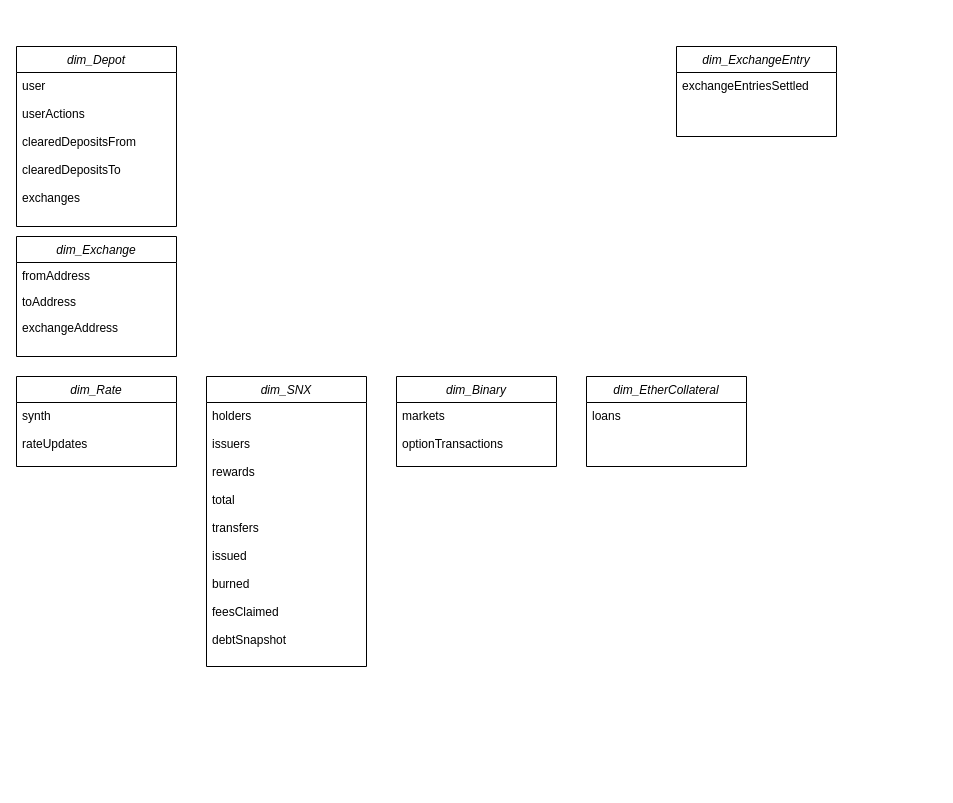
Adam-Nguyen2002/_SNX_ keeps this draw.io diagram as Untitled Diagram.drawio. Above is the earlier version. Source tidied: cells renumbered, new cells numbered last; positions are measured from the earlier drawing's top-left corner, leaving out a move shared by most shapes. Both pictures are drawn from the tidied source at 100%, with x=0, y=0 at pixel (16, 46).
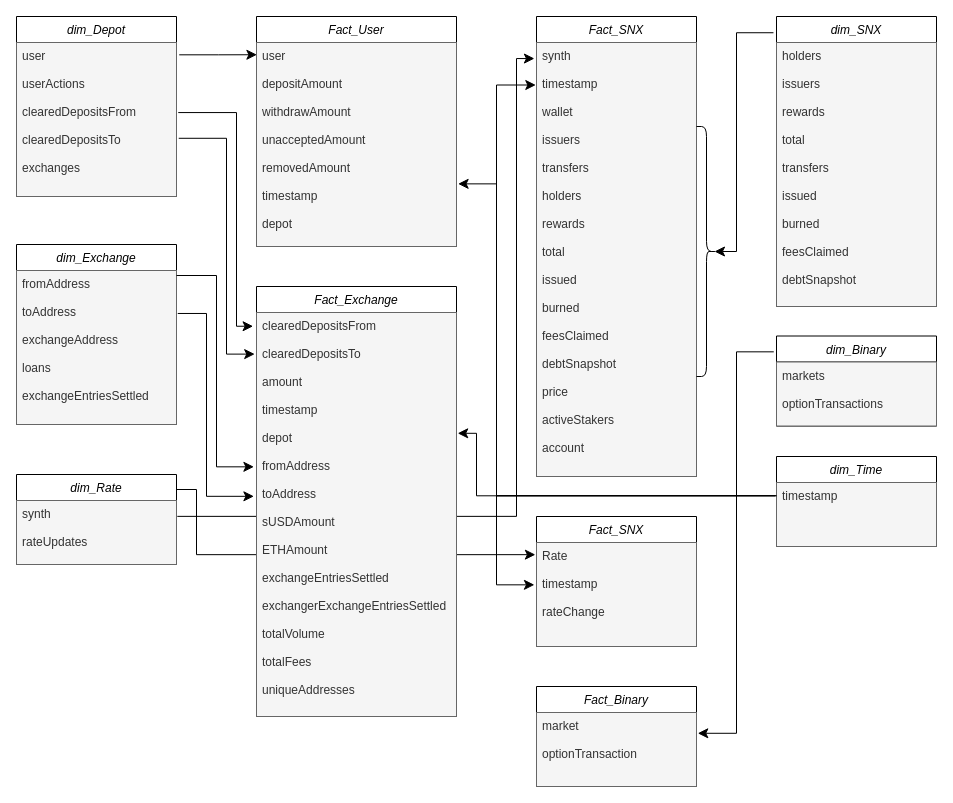
The same diagram, later.

Commit message:
SNX data warehouse

Change to the diagram source:
```diff
@@
+    <mxCell id="18" style="edgeStyle=elbowEdgeStyle;elbow=horizontal;endArrow=classic;html=1;curved=0;rounded=0;endSize=8;startSize=8;entryX=-0.007;entryY=0.117;entryDx=0;entryDy=0;entryPerimeter=0;" parent="1" edge="1" target="36">
+      <mxGeometry relative="1" as="geometry">
+        <mxPoint x="160" y="443" as="sourcePoint" />
+        <Array as="points">
+          <mxPoint x="180" y="480" />
+        </Array>
+      </mxGeometry>
+    </mxCell>
+    <mxCell id="19" style="edgeStyle=elbowEdgeStyle;elbow=horizontal;endArrow=classic;html=1;curved=0;rounded=0;endSize=8;startSize=8;exitX=1.005;exitY=0.248;exitDx=0;exitDy=0;exitPerimeter=0;entryX=-0.013;entryY=0.037;entryDx=0;entryDy=0;entryPerimeter=0;" parent="1" edge="1" source="9" target="32">
+      <mxGeometry relative="1" as="geometry">
+        <Array as="points">
+          <mxPoint x="500" y="240" />
+        </Array>
+      </mxGeometry>
+    </mxCell>
     <mxCell id="2" value="dim_Exchange" style="swimlane;fontStyle=2;align=center;verticalAlign=top;horizontal=1;startSize=26;rounded=0;shadow=0;strokeWidth=1;" parent="1" vertex="1">
-      <mxGeometry y="190" width="160" height="120" as="geometry" />
+      <mxGeometry y="198" width="160" height="180" as="geometry" />
     </mxCell>
-    <mxCell id="3" value="fromAddress" style="text;align=left;verticalAlign=top;spacingLeft=4;spacingRight=4;overflow=hidden;" parent="2" vertex="1">
-      <mxGeometry y="26" width="160" height="26" as="geometry" />
-    </mxCell>
-    <mxCell id="4" value="toAddress" style="text;align=left;verticalAlign=top;spacingLeft=4;spacingRight=4;overflow=hidden;rounded=0;shadow=0;html=0;" parent="2" vertex="1">
-      <mxGeometry y="52" width="160" height="26" as="geometry" />
-    </mxCell>
-    <mxCell id="5" value="exchangeAddress" style="text;align=left;verticalAlign=top;spacingLeft=4;spacingRight=4;overflow=hidden;points=[[0,0.5],[1,0.5]];portConstraint=eastwest;rounded=0;shadow=0;html=0;" parent="2" vertex="1">
-      <mxGeometry y="78" width="160" height="26" as="geometry" />
+    <mxCell id="5" value="fromAddress&#10;&#10;toAddress&#10;&#10;exchangeAddress&#10;&#10;loans&#10;&#10;exchangeEntriesSettled" style="text;align=left;verticalAlign=top;spacingLeft=4;spacingRight=4;overflow=hidden;points=[[0,0.5],[1,0.5]];portConstraint=eastwest;rounded=0;shadow=0;html=0;fillColor=#f5f5f5;fontColor=#333333;strokeColor=#666666;" parent="2" vertex="1">
+      <mxGeometry y="26" width="160" height="154" as="geometry" />
     </mxCell>
     <mxCell id="6" value="dim_Depot" style="swimlane;fontStyle=2;align=center;verticalAlign=top;horizontal=1;startSize=26;rounded=0;shadow=0;strokeWidth=1;" parent="1" vertex="1">
-      <mxGeometry width="160" height="180" as="geometry" />
+      <mxGeometry y="-30" width="160" height="180" as="geometry" />
     </mxCell>
-    <mxCell id="7" value="user&#10;&#10;userActions&#10;&#10;clearedDepositsFrom&#10;&#10;clearedDepositsTo&#10;&#10;exchanges" style="text;align=left;verticalAlign=top;spacingLeft=4;spacingRight=4;overflow=hidden;points=[[0,0.5],[1,0.5]];portConstraint=eastwest;" parent="6" vertex="1">
+    <mxCell id="7" value="user&#10;&#10;userActions&#10;&#10;clearedDepositsFrom&#10;&#10;clearedDepositsTo&#10;&#10;exchanges" style="text;align=left;verticalAlign=top;spacingLeft=4;spacingRight=4;overflow=hidden;points=[[0,0.5],[1,0.5]];portConstraint=eastwest;fillColor=#f5f5f5;fontColor=#333333;strokeColor=#666666;" parent="6" vertex="1">
       <mxGeometry y="26" width="160" height="154" as="geometry" />
     </mxCell>
     <mxCell id="8" value="dim_Rate" style="swimlane;fontStyle=2;align=center;verticalAlign=top;horizontal=1;startSize=26;rounded=0;shadow=0;strokeWidth=1;" parent="1" vertex="1">
-      <mxGeometry y="330" width="160" height="90" as="geometry" />
+      <mxGeometry y="428" width="160" height="90" as="geometry" />
     </mxCell>
-    <mxCell id="9" value="synth&#10;&#10;rateUpdates" style="text;align=left;verticalAlign=top;spacingLeft=4;spacingRight=4;overflow=hidden;points=[[0,0.5],[1,0.5]];portConstraint=eastwest;" parent="8" vertex="1">
+    <mxCell id="9" value="synth&#10;&#10;rateUpdates" style="text;align=left;verticalAlign=top;spacingLeft=4;spacingRight=4;overflow=hidden;points=[[0,0.5],[1,0.5]];portConstraint=eastwest;fillColor=#f5f5f5;fontColor=#333333;strokeColor=#666666;" parent="8" vertex="1">
       <mxGeometry y="26" width="160" height="64" as="geometry" />
     </mxCell>
     <mxCell id="10" value="dim_SNX" style="swimlane;fontStyle=2;align=center;verticalAlign=top;horizontal=1;startSize=26;rounded=0;shadow=0;strokeWidth=1;" parent="1" vertex="1">
-      <mxGeometry x="190" y="330" width="160" height="290" as="geometry" />
+      <mxGeometry x="760" y="-30" width="160" height="290" as="geometry" />
     </mxCell>
-    <mxCell id="11" value="holders &#10;&#10;issuers&#10;&#10;rewards&#10;&#10;total &#10;&#10;transfers&#10;&#10;issued&#10;&#10;burned&#10;&#10;feesClaimed&#10;&#10;debtSnapshot" style="text;align=left;verticalAlign=top;spacingLeft=4;spacingRight=4;overflow=hidden;" parent="10" vertex="1">
+    <mxCell id="11" value="holders &#10;&#10;issuers&#10;&#10;rewards&#10;&#10;total &#10;&#10;transfers&#10;&#10;issued&#10;&#10;burned&#10;&#10;feesClaimed&#10;&#10;debtSnapshot" style="text;align=left;verticalAlign=top;spacingLeft=4;spacingRight=4;overflow=hidden;fillColor=#f5f5f5;fontColor=#333333;strokeColor=#666666;" parent="10" vertex="1">
       <mxGeometry y="26" width="160" height="264" as="geometry" />
     </mxCell>
     <mxCell id="12" value="dim_Binary" style="swimlane;fontStyle=2;align=center;verticalAlign=top;horizontal=1;startSize=26;rounded=0;shadow=0;strokeWidth=1;" parent="1" vertex="1">
-      <mxGeometry x="380" y="330" width="160" height="90" as="geometry" />
+      <mxGeometry x="760" y="289.5" width="160" height="90" as="geometry" />
     </mxCell>
-    <mxCell id="13" value="markets&#10;&#10;optionTransactions" style="text;align=left;verticalAlign=top;spacingLeft=4;spacingRight=4;overflow=hidden;" parent="12" vertex="1">
+    <mxCell id="13" value="markets&#10;&#10;optionTransactions" style="text;align=left;verticalAlign=top;spacingLeft=4;spacingRight=4;overflow=hidden;fillColor=#f5f5f5;fontColor=#333333;strokeColor=#666666;" parent="12" vertex="1">
       <mxGeometry y="26" width="160" height="64" as="geometry" />
     </mxCell>
-    <mxCell id="14" value="dim_EtherCollateral" style="swimlane;fontStyle=2;align=center;verticalAlign=top;horizontal=1;startSize=26;rounded=0;shadow=0;strokeWidth=1;" parent="1" vertex="1">
-      <mxGeometry x="570" y="330" width="160" height="90" as="geometry" />
-    </mxCell>
-    <mxCell id="15" value="loans" style="text;align=left;verticalAlign=top;spacingLeft=4;spacingRight=4;overflow=hidden;" parent="14" vertex="1">
-      <mxGeometry y="26" width="160" height="64" as="geometry" />
-    </mxCell>
-    <mxCell id="16" value="dim_ExchangeEntry" style="swimlane;fontStyle=2;align=center;verticalAlign=top;horizontal=1;startSize=26;rounded=0;shadow=0;strokeWidth=1;" parent="1" vertex="1">
-      <mxGeometry x="660" width="160" height="90" as="geometry" />
-    </mxCell>
-    <mxCell id="17" value="exchangeEntriesSettled" style="text;align=left;verticalAlign=top;spacingLeft=4;spacingRight=4;overflow=hidden;" parent="16" vertex="1">
-      <mxGeometry y="26" width="160" height="64" as="geometry" />
-    </mxCell>
+    <mxCell id="20" value="dim_Time" style="swimlane;fontStyle=2;align=center;verticalAlign=top;horizontal=1;startSize=26;rounded=0;shadow=0;strokeWidth=1;" parent="1" vertex="1">
+      <mxGeometry x="760" y="410" width="160" height="90" as="geometry" />
+    </mxCell>
+    <mxCell id="21" value="timestamp" style="text;align=left;verticalAlign=top;spacingLeft=4;spacingRight=4;overflow=hidden;points=[[0,0.5],[1,0.5]];portConstraint=eastwest;fillColor=#f5f5f5;fontColor=#333333;strokeColor=#666666;" parent="20" vertex="1">
+      <mxGeometry y="26" width="160" height="64" as="geometry" />
+    </mxCell>
+    <mxCell id="22" value="Fact_User" style="swimlane;fontStyle=2;align=center;verticalAlign=top;horizontal=1;startSize=26;rounded=0;shadow=0;strokeWidth=1;" parent="1" vertex="1">
+      <mxGeometry x="240" y="-30" width="200" height="230" as="geometry" />
+    </mxCell>
+    <mxCell id="23" value="user&#10;&#10;depositAmount&#10;&#10;withdrawAmount&#10;&#10;unacceptedAmount&#10;&#10;removedAmount&#10;&#10;timestamp&#10;&#10;depot" style="text;align=left;verticalAlign=top;spacingLeft=4;spacingRight=4;overflow=hidden;points=[[0,0.5],[1,0.5]];portConstraint=eastwest;fillColor=#f5f5f5;fontColor=#333333;strokeColor=#666666;" parent="22" vertex="1">
+      <mxGeometry y="26" width="200" height="204" as="geometry" />
+    </mxCell>
+    <mxCell id="24" style="edgeStyle=elbowEdgeStyle;elbow=horizontal;endArrow=classic;html=1;curved=0;rounded=0;endSize=8;startSize=8;exitX=-0.007;exitY=0.21;exitDx=0;exitDy=0;exitPerimeter=0;entryX=1.008;entryY=0.693;entryDx=0;entryDy=0;entryPerimeter=0;" parent="1" edge="1" source="21" target="23">
+      <mxGeometry relative="1" as="geometry">
+        <Array as="points">
+          <mxPoint x="480" y="300" />
+        </Array>
+      </mxGeometry>
+    </mxCell>
+    <mxCell id="25" style="edgeStyle=elbowEdgeStyle;elbow=horizontal;endArrow=classic;html=1;curved=0;rounded=0;endSize=8;startSize=8;entryX=0.002;entryY=0.06;entryDx=0;entryDy=0;entryPerimeter=0;exitX=1.017;exitY=0.08;exitDx=0;exitDy=0;exitPerimeter=0;" parent="1" edge="1" source="7" target="23">
+      <mxGeometry relative="1" as="geometry" />
+    </mxCell>
+    <mxCell id="26" value="Fact_Exchange" style="swimlane;fontStyle=2;align=center;verticalAlign=top;horizontal=1;startSize=26;rounded=0;shadow=0;strokeWidth=1;" parent="1" vertex="1">
+      <mxGeometry x="240" y="240" width="200" height="430" as="geometry" />
+    </mxCell>
+    <mxCell id="27" value="clearedDepositsFrom&#10;&#10;clearedDepositsTo&#10;&#10;amount&#10;&#10;timestamp&#10;&#10;depot&#10;&#10;fromAddress&#10;&#10;toAddress&#10;&#10;sUSDAmount&#10;&#10;ETHAmount&#10;&#10;exchangeEntriesSettled&#10;&#10;exchangerExchangeEntriesSettled&#10;&#10;totalVolume&#10;&#10;totalFees&#10;&#10;uniqueAddresses" style="text;align=left;verticalAlign=top;spacingLeft=4;spacingRight=4;overflow=hidden;points=[[0,0.5],[1,0.5]];portConstraint=eastwest;fillColor=#f5f5f5;fontColor=#333333;strokeColor=#666666;" parent="26" vertex="1">
+      <mxGeometry y="26" width="200" height="404" as="geometry" />
+    </mxCell>
+    <mxCell id="28" style="edgeStyle=elbowEdgeStyle;elbow=horizontal;endArrow=classic;html=1;curved=0;rounded=0;endSize=8;startSize=8;entryX=-0.017;entryY=0.034;entryDx=0;entryDy=0;entryPerimeter=0;exitX=1.011;exitY=0.455;exitDx=0;exitDy=0;exitPerimeter=0;" parent="1" edge="1" source="7" target="27">
+      <mxGeometry relative="1" as="geometry">
+        <Array as="points">
+          <mxPoint x="220" y="170" />
+        </Array>
+      </mxGeometry>
+    </mxCell>
+    <mxCell id="29" style="edgeStyle=elbowEdgeStyle;elbow=horizontal;endArrow=classic;html=1;curved=0;rounded=0;endSize=8;startSize=8;entryX=-0.009;entryY=0.103;entryDx=0;entryDy=0;entryPerimeter=0;exitX=1.014;exitY=0.622;exitDx=0;exitDy=0;exitPerimeter=0;" parent="1" edge="1" source="7" target="27">
+      <mxGeometry relative="1" as="geometry">
+        <Array as="points">
+          <mxPoint x="210" y="210" />
+        </Array>
+      </mxGeometry>
+    </mxCell>
+    <mxCell id="30" style="edgeStyle=elbowEdgeStyle;elbow=horizontal;endArrow=classic;html=1;curved=0;rounded=0;endSize=8;startSize=8;entryX=1.006;entryY=0.299;entryDx=0;entryDy=0;entryPerimeter=0;exitX=0.002;exitY=0.208;exitDx=0;exitDy=0;exitPerimeter=0;" parent="1" edge="1" source="21" target="27">
+      <mxGeometry relative="1" as="geometry">
+        <Array as="points">
+          <mxPoint x="460" y="430" />
+        </Array>
+      </mxGeometry>
+    </mxCell>
+    <mxCell id="31" value="Fact_SNX" style="swimlane;fontStyle=2;align=center;verticalAlign=top;horizontal=1;startSize=26;rounded=0;shadow=0;strokeWidth=1;" parent="1" vertex="1">
+      <mxGeometry x="520" y="-30" width="160" height="460" as="geometry" />
+    </mxCell>
+    <mxCell id="32" value="synth&#10;&#10;timestamp&#10;&#10;wallet&#10;&#10;issuers&#10;&#10;transfers&#10;&#10;holders&#10;&#10;rewards&#10;&#10;total&#10;&#10;issued&#10;&#10;burned&#10;&#10;feesClaimed &#10;&#10;debtSnapshot&#10;&#10;price&#10;&#10;activeStakers&#10;&#10;account" style="text;align=left;verticalAlign=top;spacingLeft=4;spacingRight=4;overflow=hidden;points=[[0,0.5],[1,0.5]];portConstraint=eastwest;fillColor=#f5f5f5;fontColor=#333333;strokeColor=#666666;" parent="31" vertex="1">
+      <mxGeometry y="26" width="160" height="434" as="geometry" />
+    </mxCell>
+    <mxCell id="33" style="edgeStyle=elbowEdgeStyle;elbow=horizontal;endArrow=classic;html=1;curved=0;rounded=0;endSize=8;startSize=8;entryX=-0.013;entryY=0.382;entryDx=0;entryDy=0;entryPerimeter=0;exitX=1;exitY=0.5;exitDx=0;exitDy=0;" parent="1" edge="1" target="27">
+      <mxGeometry relative="1" as="geometry">
+        <mxPoint x="160" y="229" as="sourcePoint" />
+        <Array as="points">
+          <mxPoint x="200" y="280" />
+        </Array>
+      </mxGeometry>
+    </mxCell>
+    <mxCell id="34" style="edgeStyle=elbowEdgeStyle;elbow=horizontal;endArrow=classic;html=1;curved=0;rounded=0;endSize=8;startSize=8;entryX=-0.013;entryY=0.455;entryDx=0;entryDy=0;entryPerimeter=0;exitX=1.008;exitY=0.279;exitDx=0;exitDy=0;exitPerimeter=0;" parent="1" edge="1" source="5" target="27">
+      <mxGeometry relative="1" as="geometry">
+        <Array as="points">
+          <mxPoint x="190" y="280" />
+        </Array>
+      </mxGeometry>
+    </mxCell>
+    <mxCell id="35" value="Fact_SNX" style="swimlane;fontStyle=2;align=center;verticalAlign=top;horizontal=1;startSize=26;rounded=0;shadow=0;strokeWidth=1;" parent="1" vertex="1">
+      <mxGeometry x="520" y="470" width="160" height="130" as="geometry" />
+    </mxCell>
+    <mxCell id="36" value="Rate&#10;&#10;timestamp&#10;&#10;rateChange" style="text;align=left;verticalAlign=top;spacingLeft=4;spacingRight=4;overflow=hidden;points=[[0,0.5],[1,0.5]];portConstraint=eastwest;fillColor=#f5f5f5;fontColor=#333333;strokeColor=#666666;" parent="35" vertex="1">
+      <mxGeometry y="26" width="160" height="104" as="geometry" />
+    </mxCell>
+    <mxCell id="37" style="edgeStyle=elbowEdgeStyle;elbow=horizontal;endArrow=classic;html=1;curved=0;rounded=0;endSize=8;startSize=8;exitX=-0.007;exitY=0.21;exitDx=0;exitDy=0;exitPerimeter=0;entryX=0.002;entryY=0.098;entryDx=0;entryDy=0;entryPerimeter=0;" parent="1" edge="1">
+      <mxGeometry relative="1" as="geometry">
+        <mxPoint x="759" y="449" as="sourcePoint" />
+        <mxPoint x="519.3" y="38.5" as="targetPoint" />
+        <Array as="points">
+          <mxPoint x="480" y="300" />
+        </Array>
+      </mxGeometry>
+    </mxCell>
+    <mxCell id="38" style="edgeStyle=elbowEdgeStyle;elbow=horizontal;endArrow=classic;html=1;curved=0;rounded=0;endSize=8;startSize=8;exitX=-0.019;exitY=0.056;exitDx=0;exitDy=0;exitPerimeter=0;entryX=0.1;entryY=0.5;entryDx=0;entryDy=0;entryPerimeter=0;" parent="1" edge="1" source="10" target="39">
+      <mxGeometry relative="1" as="geometry">
+        <Array as="points">
+          <mxPoint x="720" y="120" />
+        </Array>
+      </mxGeometry>
+    </mxCell>
+    <mxCell id="39" style="shape=curlyBracket;whiteSpace=wrap;html=1;rounded=1;flipH=1;labelPosition=right;verticalLabelPosition=middle;align=left;verticalAlign=middle;" parent="1" vertex="1">
+      <mxGeometry x="680" y="80" width="20" height="250" as="geometry" />
+    </mxCell>
+    <mxCell id="40" value="Fact_Binary" style="swimlane;fontStyle=2;align=center;verticalAlign=top;horizontal=1;startSize=26;rounded=0;shadow=0;strokeWidth=1;" parent="1" vertex="1">
+      <mxGeometry x="520" y="640" width="160" height="100" as="geometry" />
+    </mxCell>
+    <mxCell id="41" value="market&#10;&#10;optionTransaction" style="text;align=left;verticalAlign=top;spacingLeft=4;spacingRight=4;overflow=hidden;points=[[0,0.5],[1,0.5]];portConstraint=eastwest;fillColor=#f5f5f5;fontColor=#333333;strokeColor=#666666;" parent="40" vertex="1">
+      <mxGeometry y="26" width="160" height="74" as="geometry" />
+    </mxCell>
+    <mxCell id="42" style="edgeStyle=elbowEdgeStyle;elbow=horizontal;endArrow=classic;html=1;curved=0;rounded=0;endSize=8;startSize=8;exitX=-0.007;exitY=0.21;exitDx=0;exitDy=0;exitPerimeter=0;entryX=-0.013;entryY=0.407;entryDx=0;entryDy=0;entryPerimeter=0;" parent="1" edge="1" target="36">
+      <mxGeometry relative="1" as="geometry">
+        <mxPoint x="759" y="449" as="sourcePoint" />
+        <Array as="points">
+          <mxPoint x="480" y="300" />
+        </Array>
+      </mxGeometry>
+    </mxCell>
+    <mxCell id="43" style="edgeStyle=elbowEdgeStyle;elbow=horizontal;endArrow=classic;html=1;curved=0;rounded=0;endSize=8;startSize=8;exitX=-0.017;exitY=0.176;exitDx=0;exitDy=0;exitPerimeter=0;entryX=1.008;entryY=0.281;entryDx=0;entryDy=0;entryPerimeter=0;" parent="1" edge="1" source="12" target="41">
+      <mxGeometry relative="1" as="geometry">
+        <Array as="points">
+          <mxPoint x="720" y="510" />
+        </Array>
+      </mxGeometry>
+    </mxCell>
```
